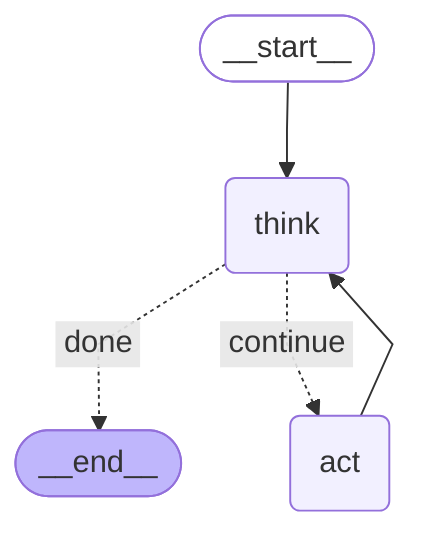
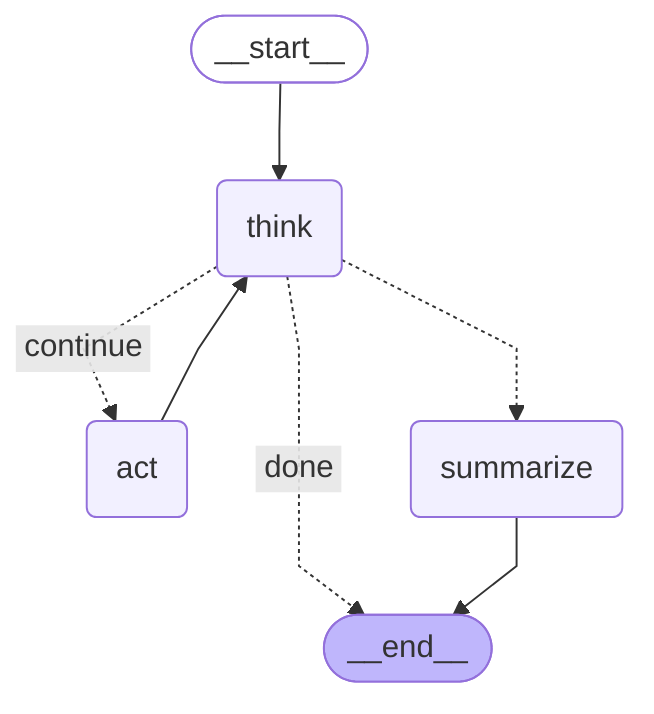
---
config:
  flowchart:
    curve: linear
---
graph TD;
	__start__([<p>__start__</p>]):::first
	think(think)
	act(act)
+ 	summarize(summarize)
	__end__([<p>__end__</p>]):::last
	__start__ --> think;
	act --> think;
	think -. &nbsp;done&nbsp; .-> __end__;
	think -. &nbsp;continue&nbsp; .-> act;
+ 	think -.-> summarize;
+ 	summarize --> __end__;
	classDef default fill:#f2f0ff,line-height:1.2
	classDef first fill-opacity:0
	classDef last fill:#bfb6fc
